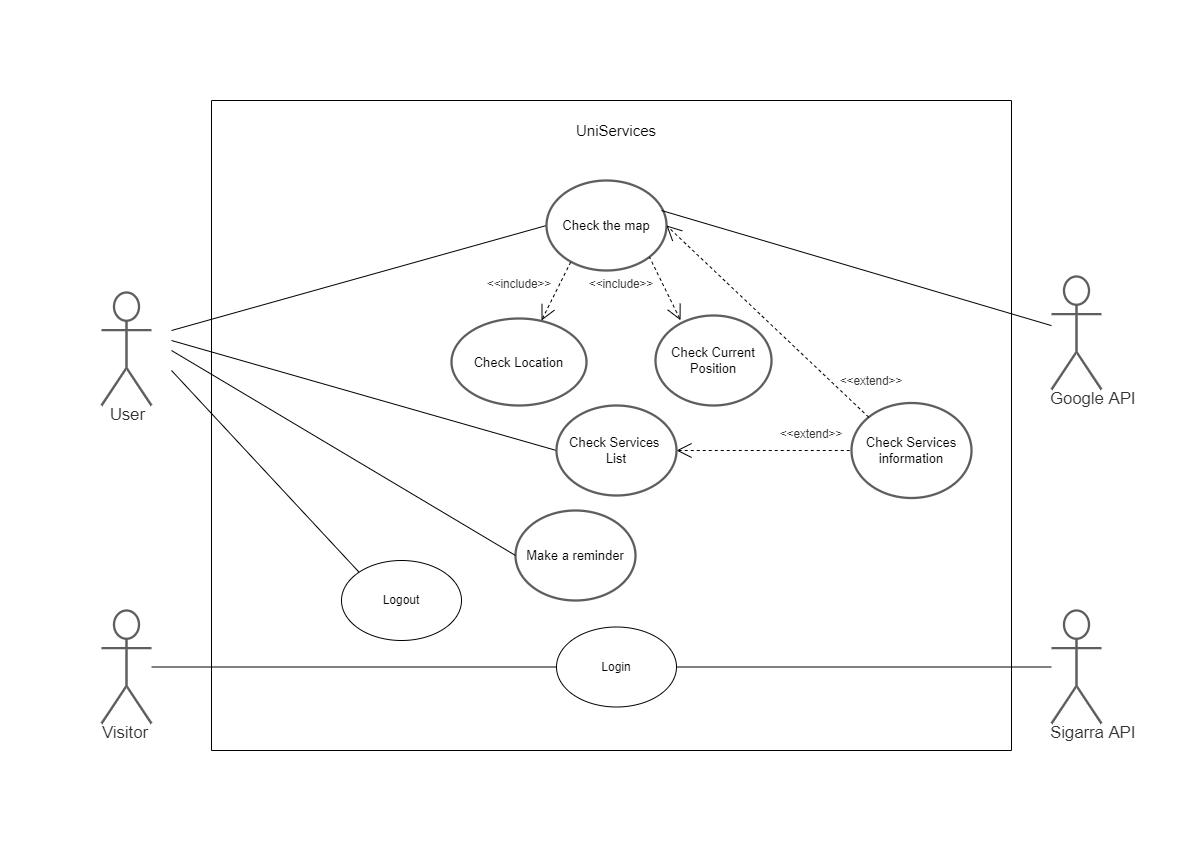
Earlier version of the draw.io export images/ESOF.png (LEIC-ES-2021-22/3LEIC06T1). Source tidied: cells renumbered, new cells last; positions are measured from the earlier drawing's top-left corner, leaving out a move shared by most shapes.
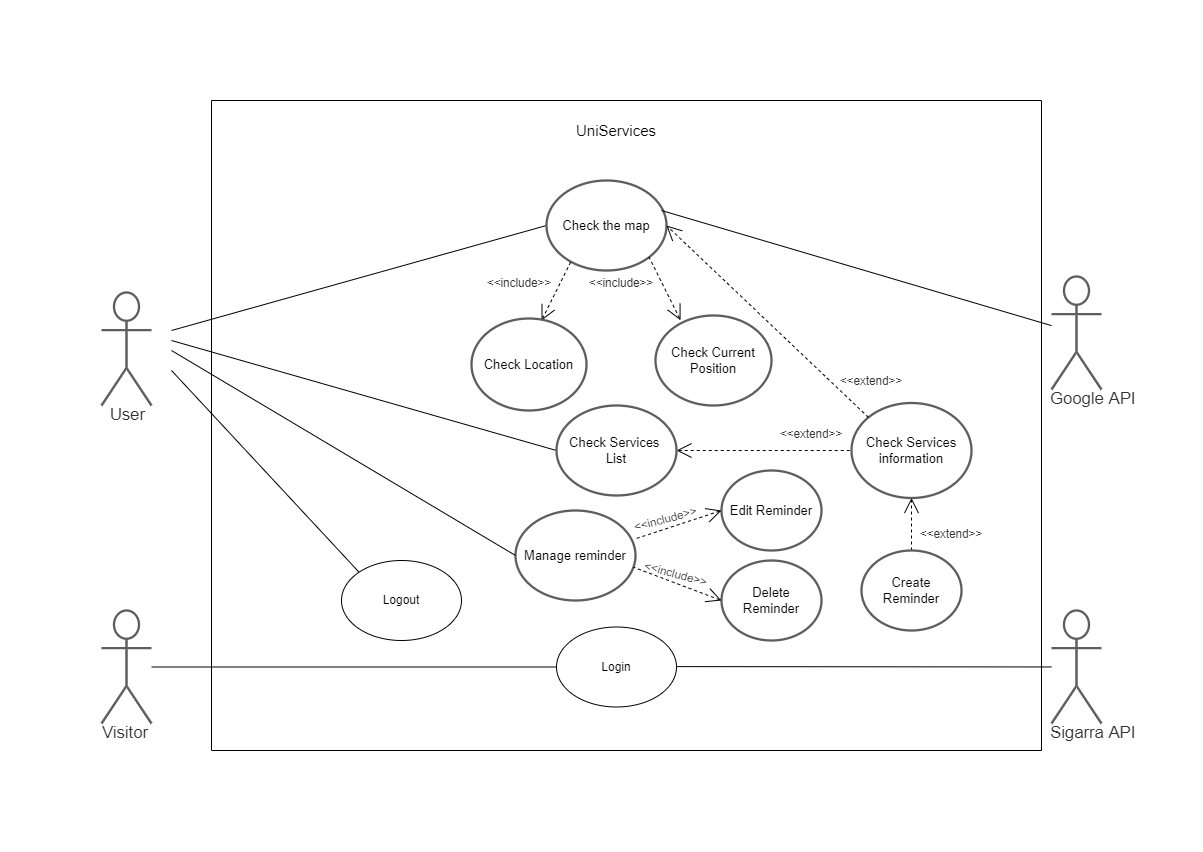
The same diagram one commit later.

Commit message:
FIxed use case diagram

What changed in the source:
```diff
@@ -25,12 +25,12 @@
       </mxGeometry>
     </mxCell>
     <mxCell id="8" style="swimlane;startSize=0;" parent="1" vertex="1">
-      <mxGeometry x="110" width="800" height="650" as="geometry" />
+      <mxGeometry x="110" width="830" height="650" as="geometry" />
     </mxCell>
     <mxCell id="9" value="Login" style="ellipse;whiteSpace=wrap;html=1;" parent="8" vertex="1">
       <mxGeometry x="345" y="526.5" width="120" height="80" as="geometry" />
     </mxCell>
-    <mxCell id="10" value="Make a reminder " style="html=1;overflow=block;blockSpacing=1;whiteSpace=wrap;ellipse;fontSize=13;spacing=3.8;strokeColor=#5e5e5e;strokeOpacity=100;rounded=1;absoluteArcSize=1;arcSize=9;strokeWidth=2.3;" parent="8" vertex="1">
+    <mxCell id="10" value="Manage reminder" style="html=1;overflow=block;blockSpacing=1;whiteSpace=wrap;ellipse;fontSize=13;spacing=3.8;strokeColor=#5e5e5e;strokeOpacity=100;rounded=1;absoluteArcSize=1;arcSize=9;strokeWidth=2.3;" parent="8" vertex="1">
       <mxGeometry x="304" y="410" width="120" height="90" as="geometry" />
     </mxCell>
     <mxCell id="11" style="endArrow=none;html=1;rounded=0;endSize=13;endFill=0;entryX=0;entryY=0.5;entryDx=0;entryDy=0;" parent="8" edge="1" target="10">
@@ -69,11 +69,38 @@
       </mxGeometry>
     </mxCell>
     <mxCell id="21" value="Check Location" style="html=1;overflow=block;blockSpacing=1;whiteSpace=wrap;ellipse;fontSize=13;spacing=3.8;strokeColor=#5e5e5e;strokeOpacity=100;rounded=1;absoluteArcSize=1;arcSize=9;strokeWidth=2.3;" parent="8" vertex="1">
-      <mxGeometry x="240" y="218" width="135" height="87" as="geometry" />
+      <mxGeometry x="260" y="218" width="115" height="92" as="geometry" />
     </mxCell>
     <mxCell id="22" value="&amp;lt;&amp;lt;include&amp;gt;&amp;gt;" style="html=1;overflow=block;blockSpacing=1;whiteSpace=wrap;fontSize=11.7;fontColor=#333333;spacing=3.8;strokeOpacity=0;fillOpacity=0;rounded=1;absoluteArcSize=1;arcSize=9;fillColor=#ffffff;strokeWidth=2.3;" parent="8" vertex="1">
       <mxGeometry x="320" y="160" width="180" height="45" as="geometry" />
     </mxCell>
+    <mxCell id="31" value="Edit Reminder" style="html=1;overflow=block;blockSpacing=1;whiteSpace=wrap;ellipse;fontSize=13;spacing=3.8;strokeColor=#5e5e5e;strokeOpacity=100;rounded=1;absoluteArcSize=1;arcSize=9;strokeWidth=2.3;" parent="8" vertex="1">
+      <mxGeometry x="510" y="370" width="100" height="80" as="geometry" />
+    </mxCell>
+    <mxCell id="32" value="Delete Reminder" style="html=1;overflow=block;blockSpacing=1;whiteSpace=wrap;ellipse;fontSize=13;spacing=3.8;strokeColor=#5e5e5e;strokeOpacity=100;rounded=1;absoluteArcSize=1;arcSize=9;strokeWidth=2.3;" parent="8" vertex="1">
+      <mxGeometry x="510" y="460" width="100" height="80" as="geometry" />
+    </mxCell>
+    <mxCell id="33" style="endArrow=none;html=1;rounded=0;startArrow=open;startFill=0;endFill=0;targetPerimeterSpacing=0;startSize=13;dashed=1;entryX=0.985;entryY=0.631;entryDx=0;entryDy=0;entryPerimeter=0;exitX=0;exitY=0.5;exitDx=0;exitDy=0;" parent="8" edge="1" source="32" target="10">
+      <mxGeometry relative="1" as="geometry" />
+    </mxCell>
+    <mxCell id="34" style="endArrow=none;html=1;rounded=0;startArrow=open;startFill=0;endFill=0;targetPerimeterSpacing=0;startSize=13;dashed=1;entryX=0.996;entryY=0.316;entryDx=0;entryDy=0;entryPerimeter=0;exitX=0;exitY=0.5;exitDx=0;exitDy=0;" parent="8" edge="1" source="31" target="10">
+      <mxGeometry relative="1" as="geometry" />
+    </mxCell>
+    <mxCell id="35" value="&amp;lt;&amp;lt;include&amp;gt;&amp;gt;" style="html=1;overflow=block;blockSpacing=1;whiteSpace=wrap;fontSize=11.7;fontColor=#333333;spacing=3.8;strokeOpacity=0;fillOpacity=0;rounded=1;absoluteArcSize=1;arcSize=9;fillColor=#ffffff;strokeWidth=2.3;rotation=-15;" parent="8" vertex="1">
+      <mxGeometry x="364" y="395" width="180" height="45" as="geometry" />
+    </mxCell>
+    <mxCell id="36" value="&amp;lt;&amp;lt;include&amp;gt;&amp;gt;" style="html=1;overflow=block;blockSpacing=1;whiteSpace=wrap;fontSize=11.7;fontColor=#333333;spacing=3.8;strokeOpacity=0;fillOpacity=0;rounded=1;absoluteArcSize=1;arcSize=9;fillColor=#ffffff;strokeWidth=2.3;rotation=15;" parent="8" vertex="1">
+      <mxGeometry x="375" y="450" width="180" height="45" as="geometry" />
+    </mxCell>
+    <mxCell id="37" style="endArrow=open;html=1;rounded=0;startArrow=none;startFill=0;endFill=0;targetPerimeterSpacing=0;startSize=13;dashed=1;entryX=0.5;entryY=1;entryDx=0;entryDy=0;exitX=0.5;exitY=0;exitDx=0;exitDy=0;endSize=13;" parent="8" edge="1" source="38" target="14">
+      <mxGeometry relative="1" as="geometry" />
+    </mxCell>
+    <mxCell id="38" value="Create Reminder" style="html=1;overflow=block;blockSpacing=1;whiteSpace=wrap;ellipse;fontSize=13;spacing=3.8;strokeColor=#5e5e5e;strokeOpacity=100;rounded=1;absoluteArcSize=1;arcSize=9;strokeWidth=2.3;" parent="8" vertex="1">
+      <mxGeometry x="650" y="450" width="100" height="80" as="geometry" />
+    </mxCell>
+    <mxCell id="39" value="&amp;lt;&amp;lt;extend&amp;gt;&amp;gt;" style="html=1;overflow=block;blockSpacing=1;whiteSpace=wrap;fontSize=11.7;fontColor=#333333;spacing=3.8;strokeOpacity=0;fillOpacity=0;rounded=1;absoluteArcSize=1;arcSize=9;fillColor=#ffffff;strokeWidth=2.3;" parent="8" vertex="1">
+      <mxGeometry x="650" y="410" width="180" height="45" as="geometry" />
+    </mxCell>
     <mxCell id="23" value="Google API" style="html=1;overflow=block;blockSpacing=1;shape=umlActor;labelPosition=center;verticalLabelPosition=bottom;verticalAlign=top;whiteSpace=nowrap;fontSize=16.7;fontColor=#333333;spacing=0;strokeColor=#5e5e5e;strokeOpacity=100;rounded=1;absoluteArcSize=1;arcSize=9;strokeWidth=2.3;" parent="1" vertex="1">
       <mxGeometry x="950" y="176" width="50" height="113" as="geometry" />
     </mxCell>
```
